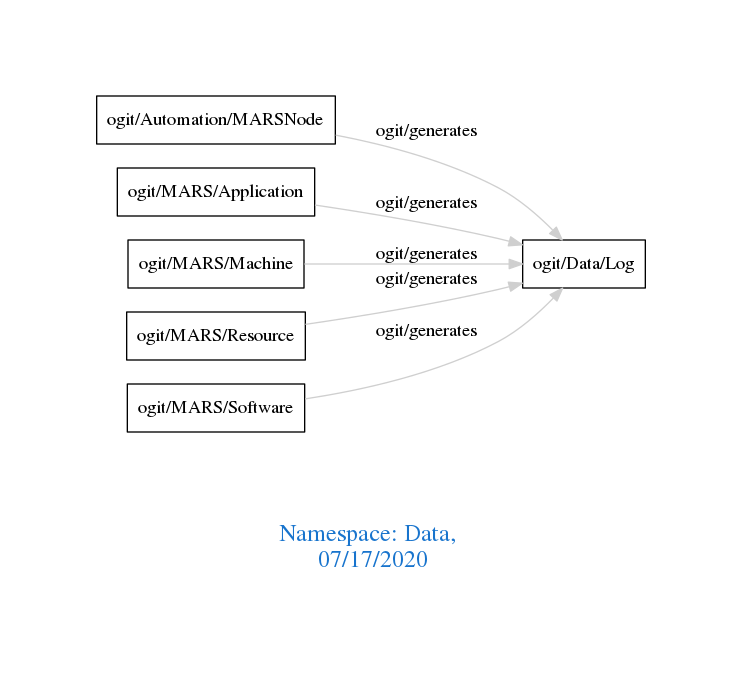
Earlier version of the Graphviz export downloads/Data.png (arago/OGIT). Its source is kept beside it as downloads/Data.dot.
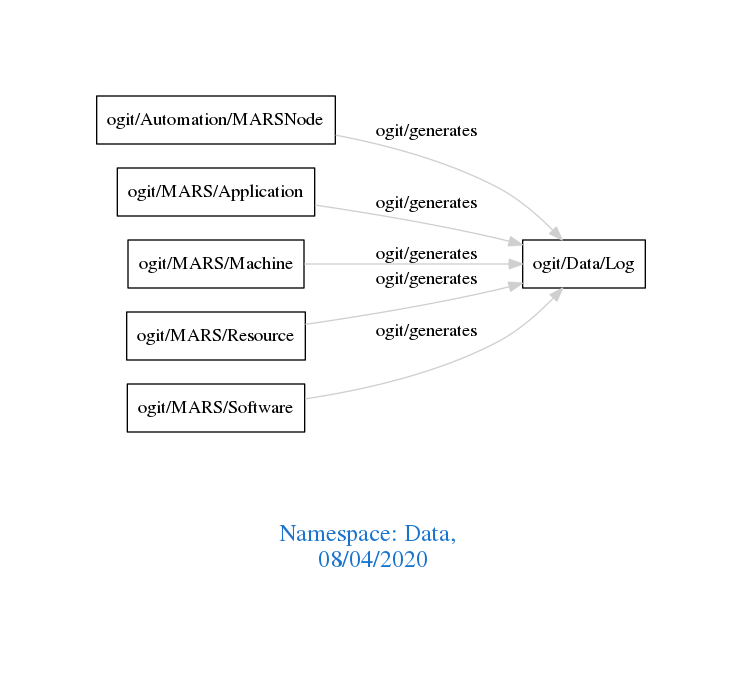
Later version of the same file.

Diff of the diagram source:
```diff
@@ -1,7 +1,7 @@
 digraph OGIT_ontology {
  graph [ rankdir= LR,pad=1
 fontsize = 18,
-fontcolor= dodgerblue3,label = "\n\n\nNamespace: Data, \n 07/17/2020"];
+fontcolor= dodgerblue3,label = "\n\n\nNamespace: Data, \n 08/04/2020"];
 node[shape=polygon];
 edge [  color="gray81"];
 
```
